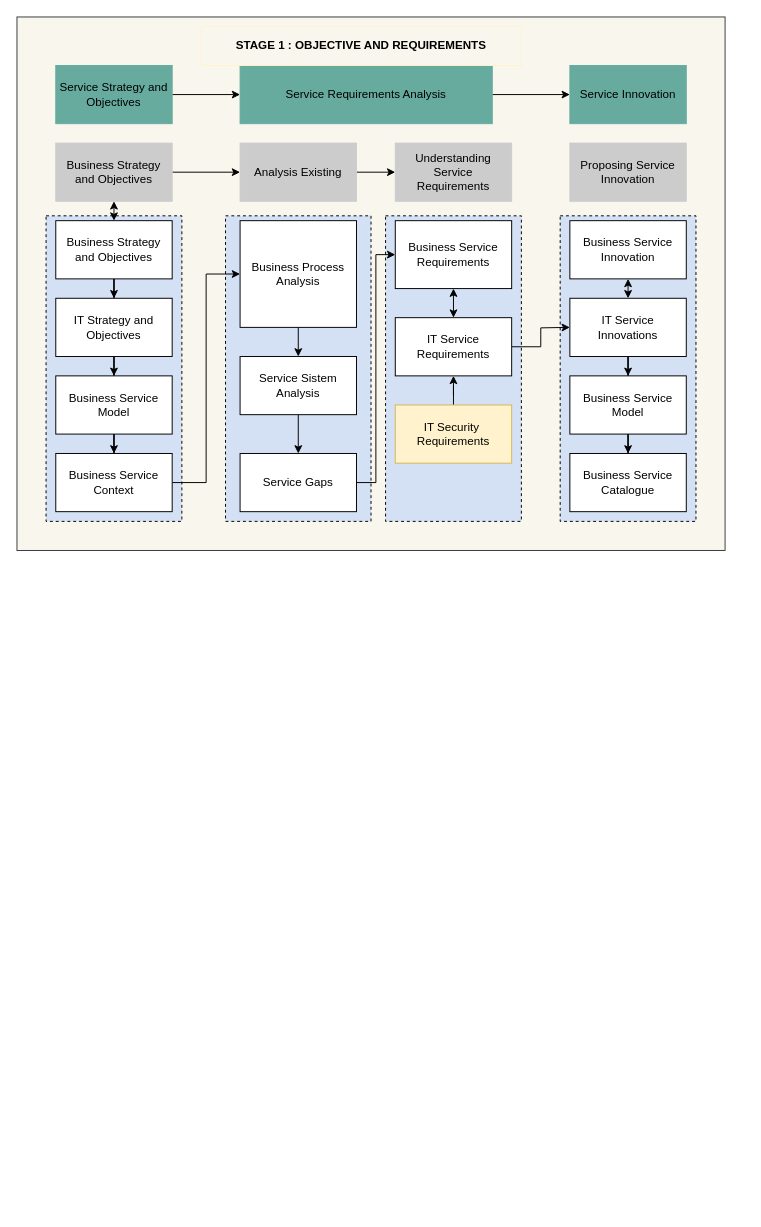
Earlier version of the draw.io diagram Tugas Akhir Kel 4.drawio (ataupikr/plti-kelompok-4). Source tidied: cells renumbered, new cells numbered last; positions are measured from the earlier drawing's top-left corner, leaving out a move shared by most shapes. Both pictures are drawn from the tidied source at 97%, with x=0, y=0 at pixel (16, 16).
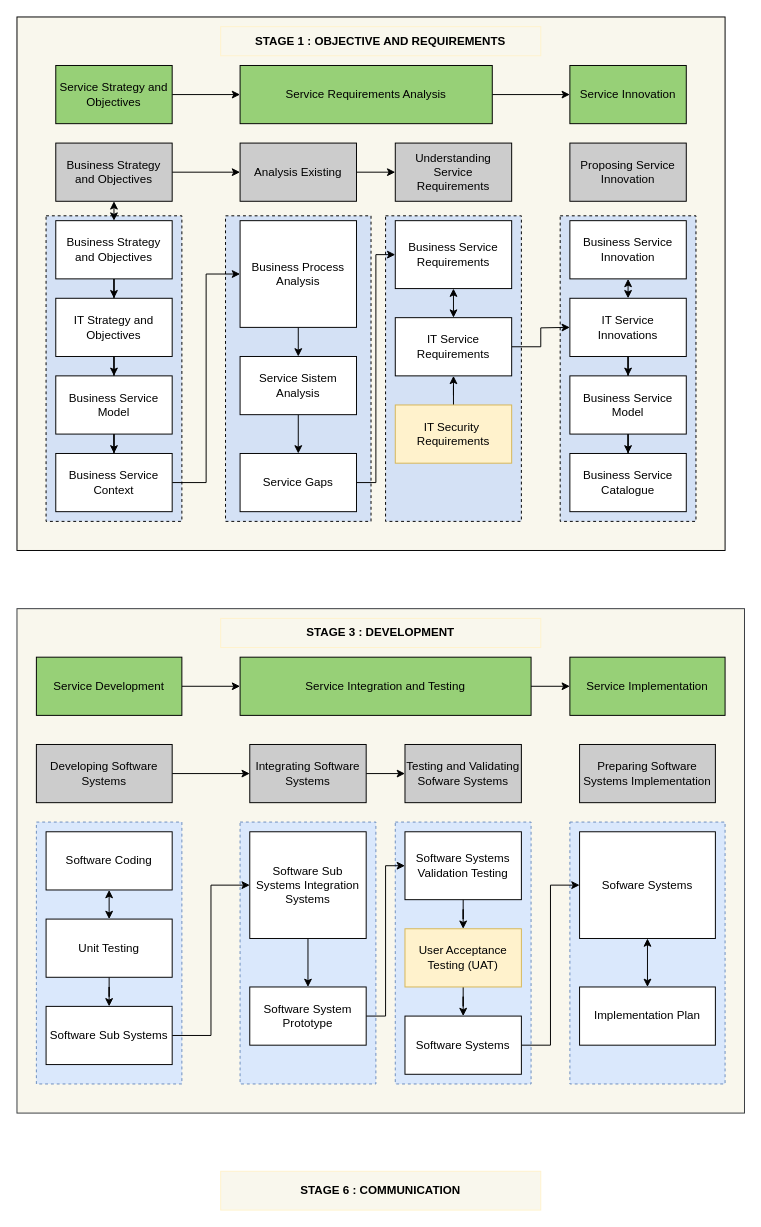
After the change.

What changed in the source:
```diff
@@
+    <mxCell id="47" style="rounded=0;whiteSpace=wrap;html=1;strokeColor=#36393d;fillColor=#f9f7ed;" parent="1" vertex="1">
+      <mxGeometry y="610" width="750" height="520" as="geometry" />
+    </mxCell>
+    <mxCell id="48" style="rounded=0;whiteSpace=wrap;html=1;dashed=1;fillColor=#dae8fc;strokeColor=#6c8ebf;" parent="1" vertex="1">
+      <mxGeometry x="570" y="830" width="160" height="270" as="geometry" />
+    </mxCell>
+    <mxCell id="49" style="rounded=0;whiteSpace=wrap;html=1;dashed=1;fillColor=#dae8fc;strokeColor=#6c8ebf;" parent="1" vertex="1">
+      <mxGeometry x="390" y="830" width="140" height="270" as="geometry" />
+    </mxCell>
+    <mxCell id="50" style="rounded=0;whiteSpace=wrap;html=1;dashed=1;fillColor=#dae8fc;strokeColor=#6c8ebf;" parent="1" vertex="1">
+      <mxGeometry x="230" y="830" width="140" height="270" as="geometry" />
+    </mxCell>
+    <mxCell id="51" style="rounded=0;whiteSpace=wrap;html=1;fillColor=#dae8fc;strokeColor=#6c8ebf;dashed=1;" parent="1" vertex="1">
+      <mxGeometry x="20" y="830" width="150" height="270" as="geometry" />
+    </mxCell>
-    <mxCell id="2" style="rounded=0;whiteSpace=wrap;html=1;strokeColor=#36393d;fillColor=#f9f7ed;" parent="1" vertex="1">
+    <mxCell id="2" style="rounded=0;whiteSpace=wrap;html=1;fillColor=#f9f7ed;" parent="1" vertex="1">
       <mxGeometry width="730" height="550" as="geometry" />
     </mxCell>
@@
-    <mxCell id="8" value="Service Strategy and Objectives" style="rounded=0;whiteSpace=wrap;html=1;fillColor=#67AB9F;strokeColor=#67AB9F;" parent="1" vertex="1">
+    <mxCell id="8" value="Service Strategy and Objectives" style="rounded=0;whiteSpace=wrap;html=1;fillColor=#97D077;" parent="1" vertex="1">
       <mxGeometry x="40" y="50" width="120" height="60" as="geometry" />
     </mxCell>
@@
-    <mxCell id="10" value="Service Requirements Analysis" style="rounded=0;whiteSpace=wrap;html=1;fillColor=#67AB9F;strokeColor=#67AB9F;" parent="1" vertex="1">
+    <mxCell id="10" value="Service Requirements Analysis" style="rounded=0;whiteSpace=wrap;html=1;fillColor=#97D077;" parent="1" vertex="1">
       <mxGeometry x="230" y="50" width="260" height="60" as="geometry" />
     </mxCell>
-    <mxCell id="11" value="Service Innovation" style="rounded=0;whiteSpace=wrap;html=1;fillColor=#67AB9F;strokeColor=#67AB9F;" parent="1" vertex="1">
+    <mxCell id="11" value="Service Innovation" style="rounded=0;whiteSpace=wrap;html=1;fillColor=#97D077;" parent="1" vertex="1">
       <mxGeometry x="570" y="50" width="120" height="60" as="geometry" />
     </mxCell>
@@
-    <mxCell id="13" value="Business Strategy and Objectives" style="rounded=0;whiteSpace=wrap;html=1;fillColor=#CCCCCC;strokeColor=#CCCCCC;" parent="1" vertex="1">
+    <mxCell id="13" value="Business Strategy and Objectives" style="rounded=0;whiteSpace=wrap;html=1;fillColor=#CCCCCC;" parent="1" vertex="1">
       <mxGeometry x="40" y="130" width="120" height="60" as="geometry" />
     </mxCell>
@@
-    <mxCell id="15" value="Analysis Existing" style="rounded=0;whiteSpace=wrap;html=1;fillColor=#CCCCCC;strokeColor=#CCCCCC;" parent="1" vertex="1">
+    <mxCell id="15" value="Analysis Existing" style="rounded=0;whiteSpace=wrap;html=1;fillColor=#CCCCCC;" parent="1" vertex="1">
       <mxGeometry x="230" y="130" width="120" height="60" as="geometry" />
     </mxCell>
-    <mxCell id="16" value="Understanding Service Requirements" style="rounded=0;whiteSpace=wrap;html=1;fillColor=#CCCCCC;strokeColor=#CCCCCC;" parent="1" vertex="1">
+    <mxCell id="16" value="Understanding Service Requirements" style="rounded=0;whiteSpace=wrap;html=1;fillColor=#CCCCCC;" parent="1" vertex="1">
       <mxGeometry x="390" y="130" width="120" height="60" as="geometry" />
     </mxCell>
-    <mxCell id="17" value="Proposing Service Innovation" style="rounded=0;whiteSpace=wrap;html=1;fillColor=#CCCCCC;strokeColor=#CCCCCC;" parent="1" vertex="1">
+    <mxCell id="17" value="Proposing Service Innovation" style="rounded=0;whiteSpace=wrap;html=1;fillColor=#CCCCCC;" parent="1" vertex="1">
       <mxGeometry x="570" y="130" width="120" height="60" as="geometry" />
     </mxCell>
@@
+    <mxCell id="52" value="&lt;b&gt;STAGE 1 : OBJECTIVE AND REQUIREMENTS&lt;/b&gt;" style="rounded=0;whiteSpace=wrap;html=1;fillColor=#f9f7ed;strokeColor=#FFF2CC;" parent="1" vertex="1">
+      <mxGeometry x="210" y="10" width="330" height="30" as="geometry" />
+    </mxCell>
-    <mxCell id="46" value="&lt;b&gt;STAGE 1 : OBJECTIVE AND REQUIREMENTS&lt;/b&gt;" style="rounded=0;whiteSpace=wrap;html=1;fillColor=#f9f7ed;strokeColor=#FFF2CC;" parent="1" vertex="1">
-      <mxGeometry x="190" y="10" width="330" height="40" as="geometry" />
+    <mxCell id="46" value="&lt;b&gt;STAGE 3 : DEVELOPMENT&lt;/b&gt;" style="rounded=0;whiteSpace=wrap;html=1;fillColor=#f9f7ed;strokeColor=#FFF2CC;" parent="1" vertex="1">
+      <mxGeometry x="210" y="620" width="330" height="30" as="geometry" />
     </mxCell>
+    <mxCell id="53" style="edgeStyle=orthogonalEdgeStyle;rounded=0;jettySize=auto;html=1;entryX=0;entryY=0.5;entryDx=0;entryDy=0;" parent="1" edge="1" source="54" target="56">
+      <mxGeometry relative="1" as="geometry" />
+    </mxCell>
+    <mxCell id="54" value="Service Development" style="rounded=0;whiteSpace=wrap;html=1;fillColor=#97D077;" parent="1" vertex="1">
+      <mxGeometry x="20" y="660" width="150" height="60" as="geometry" />
+    </mxCell>
+    <mxCell id="55" style="edgeStyle=orthogonalEdgeStyle;rounded=0;jettySize=auto;html=1;" parent="1" edge="1" source="56" target="57">
+      <mxGeometry relative="1" as="geometry" />
+    </mxCell>
+    <mxCell id="56" value="Service Integration and Testing" style="rounded=0;whiteSpace=wrap;html=1;fillColor=#97D077;" parent="1" vertex="1">
+      <mxGeometry x="230" y="660" width="300" height="60" as="geometry" />
+    </mxCell>
+    <mxCell id="57" value="Service Implementation" style="rounded=0;whiteSpace=wrap;html=1;fillColor=#97D077;" parent="1" vertex="1">
+      <mxGeometry x="570" y="660" width="160" height="60" as="geometry" />
+    </mxCell>
+    <mxCell id="58" style="edgeStyle=orthogonalEdgeStyle;rounded=0;jettySize=auto;html=1;entryX=0;entryY=0.5;entryDx=0;entryDy=0;" parent="1" edge="1" source="59" target="61">
+      <mxGeometry relative="1" as="geometry" />
+    </mxCell>
+    <mxCell id="59" value="Developing Software Systems" style="rounded=0;whiteSpace=wrap;html=1;fillColor=#CCCCCC;" parent="1" vertex="1">
+      <mxGeometry x="20" y="750" width="140" height="60" as="geometry" />
+    </mxCell>
+    <mxCell id="60" style="edgeStyle=orthogonalEdgeStyle;rounded=0;jettySize=auto;html=1;entryX=0;entryY=0.5;entryDx=0;entryDy=0;" parent="1" edge="1" source="61" target="62">
+      <mxGeometry relative="1" as="geometry" />
+    </mxCell>
+    <mxCell id="61" value="Integrating Software Systems" style="rounded=0;whiteSpace=wrap;html=1;fillColor=#CCCCCC;" parent="1" vertex="1">
+      <mxGeometry x="240" y="750" width="120" height="60" as="geometry" />
+    </mxCell>
+    <mxCell id="62" value="Testing and Validating Sofware Systems" style="rounded=0;whiteSpace=wrap;html=1;fillColor=#CCCCCC;" parent="1" vertex="1">
+      <mxGeometry x="400" y="750" width="120" height="60" as="geometry" />
+    </mxCell>
+    <mxCell id="63" value="Preparing Software Systems Implementation" style="rounded=0;whiteSpace=wrap;html=1;fillColor=#CCCCCC;" parent="1" vertex="1">
+      <mxGeometry x="580" y="750" width="140" height="60" as="geometry" />
+    </mxCell>
+    <mxCell id="64" value="Software Coding" style="rounded=0;whiteSpace=wrap;html=1;" parent="1" vertex="1">
+      <mxGeometry x="30" y="840" width="130" height="60" as="geometry" />
+    </mxCell>
+    <mxCell id="65" style="edgeStyle=orthogonalEdgeStyle;rounded=0;jettySize=auto;html=1;" parent="1" edge="1" source="66" target="68">
+      <mxGeometry relative="1" as="geometry" />
+    </mxCell>
+    <mxCell id="66" value="Unit Testing" style="rounded=0;whiteSpace=wrap;html=1;" parent="1" vertex="1">
+      <mxGeometry x="30" y="930" width="130" height="60" as="geometry" />
+    </mxCell>
+    <mxCell id="67" style="edgeStyle=orthogonalEdgeStyle;rounded=0;jettySize=auto;html=1;entryX=0;entryY=0.5;entryDx=0;entryDy=0;" parent="1" edge="1" source="68" target="70">
+      <mxGeometry relative="1" as="geometry" />
+    </mxCell>
+    <mxCell id="68" value="Software Sub Systems" style="rounded=0;whiteSpace=wrap;html=1;" parent="1" vertex="1">
+      <mxGeometry x="30" y="1020" width="130" height="60" as="geometry" />
+    </mxCell>
+    <mxCell id="69" style="edgeStyle=orthogonalEdgeStyle;rounded=0;jettySize=auto;html=1;entryX=0.5;entryY=0;entryDx=0;entryDy=0;" parent="1" edge="1" source="70" target="72">
+      <mxGeometry relative="1" as="geometry" />
+    </mxCell>
+    <mxCell id="70" value="Software Sub Systems Integration Systems" style="rounded=0;whiteSpace=wrap;html=1;" parent="1" vertex="1">
+      <mxGeometry x="240" y="840" width="120" height="110" as="geometry" />
+    </mxCell>
+    <mxCell id="71" style="edgeStyle=orthogonalEdgeStyle;rounded=0;jettySize=auto;html=1;entryX=0;entryY=0.5;entryDx=0;entryDy=0;" parent="1" edge="1" source="72" target="74">
+      <mxGeometry relative="1" as="geometry" />
+    </mxCell>
+    <mxCell id="72" value="Software System Prototype" style="rounded=0;whiteSpace=wrap;html=1;" parent="1" vertex="1">
+      <mxGeometry x="240" y="1000" width="120" height="60" as="geometry" />
+    </mxCell>
+    <mxCell id="73" style="edgeStyle=orthogonalEdgeStyle;rounded=0;jettySize=auto;html=1;entryX=0.5;entryY=0;entryDx=0;entryDy=0;" parent="1" edge="1" source="74" target="80">
+      <mxGeometry relative="1" as="geometry" />
+    </mxCell>
+    <mxCell id="74" value="Software Systems Validation Testing" style="rounded=0;whiteSpace=wrap;html=1;" parent="1" vertex="1">
+      <mxGeometry x="400" y="840" width="120" height="70" as="geometry" />
+    </mxCell>
+    <mxCell id="75" style="edgeStyle=orthogonalEdgeStyle;rounded=0;jettySize=auto;html=1;entryX=0;entryY=0.5;entryDx=0;entryDy=0;" parent="1" edge="1" source="76" target="77">
+      <mxGeometry relative="1" as="geometry" />
+    </mxCell>
+    <mxCell id="76" value="Software Systems" style="rounded=0;whiteSpace=wrap;html=1;" parent="1" vertex="1">
+      <mxGeometry x="400" y="1030" width="120" height="60" as="geometry" />
+    </mxCell>
+    <mxCell id="77" value="Sofware Systems" style="rounded=0;whiteSpace=wrap;html=1;" parent="1" vertex="1">
+      <mxGeometry x="580" y="840" width="140" height="110" as="geometry" />
+    </mxCell>
+    <mxCell id="78" value="Implementation Plan" style="rounded=0;whiteSpace=wrap;html=1;" parent="1" vertex="1">
+      <mxGeometry x="580" y="1000" width="140" height="60" as="geometry" />
+    </mxCell>
+    <mxCell id="79" style="edgeStyle=orthogonalEdgeStyle;rounded=0;jettySize=auto;html=1;entryX=0.5;entryY=0;entryDx=0;entryDy=0;" parent="1" edge="1" source="80" target="76">
+      <mxGeometry relative="1" as="geometry" />
+    </mxCell>
+    <mxCell id="80" value="User Acceptance Testing (UAT)" style="rounded=0;whiteSpace=wrap;html=1;fillColor=#fff2cc;strokeColor=#d6b656;" parent="1" vertex="1">
+      <mxGeometry x="400" y="940" width="120" height="60" as="geometry" />
+    </mxCell>
+    <mxCell id="81" style="endArrow=classic;startArrow=classic;html=1;entryX=0.5;entryY=1;entryDx=0;entryDy=0;" parent="1" edge="1" source="66" target="64">
+      <mxGeometry relative="1" as="geometry" />
+    </mxCell>
+    <mxCell id="82" style="endArrow=classic;startArrow=classic;html=1;entryX=0.5;entryY=1;entryDx=0;entryDy=0;exitX=0.5;exitY=0;exitDx=0;exitDy=0;" parent="1" edge="1" source="78" target="77">
+      <mxGeometry relative="1" as="geometry" />
+    </mxCell>
+    <mxCell id="83" value="&lt;b&gt;STAGE 6 : COMMUNICATION&lt;/b&gt;" style="rounded=0;whiteSpace=wrap;html=1;fillColor=#f9f7ed;strokeColor=#FFF2CC;" parent="1" vertex="1">
+      <mxGeometry x="210" y="1190" width="330" height="40" as="geometry" />
+    </mxCell>
```
